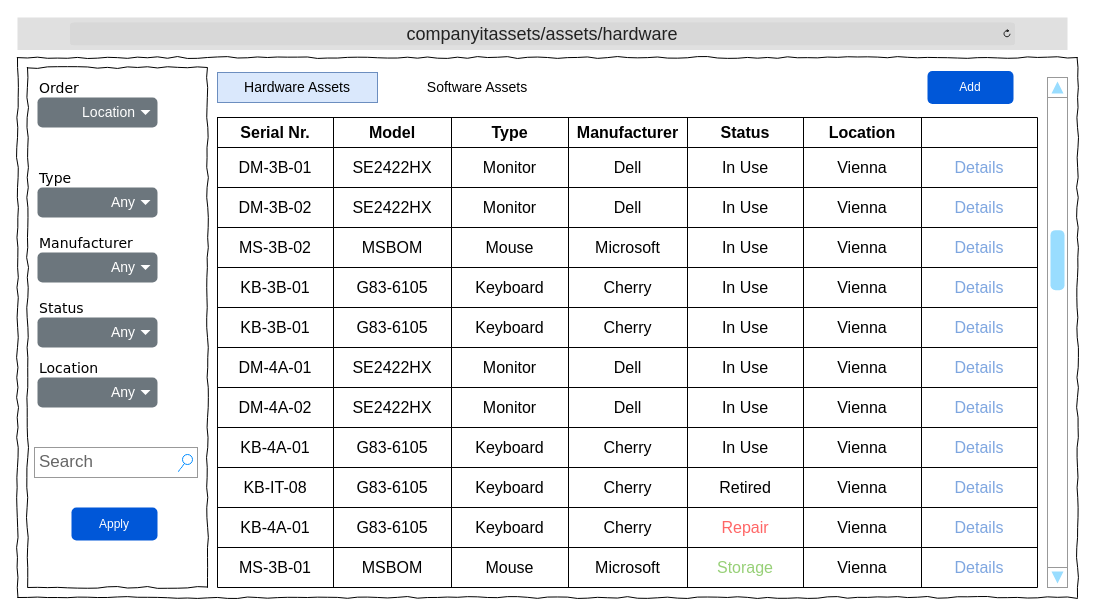
This is Wireframes/ITAT_HWAssets_Index.drawio from TRed91/ITAssetTracking, a draw.io file, before an edit. Source tidied: cells renumbered, new cells numbered last; positions are measured from the earlier drawing's top-left corner, leaving out a move shared by most shapes. Both pictures are drawn from the tidied source at 100%, with x=0, y=0 at pixel (17, 17).
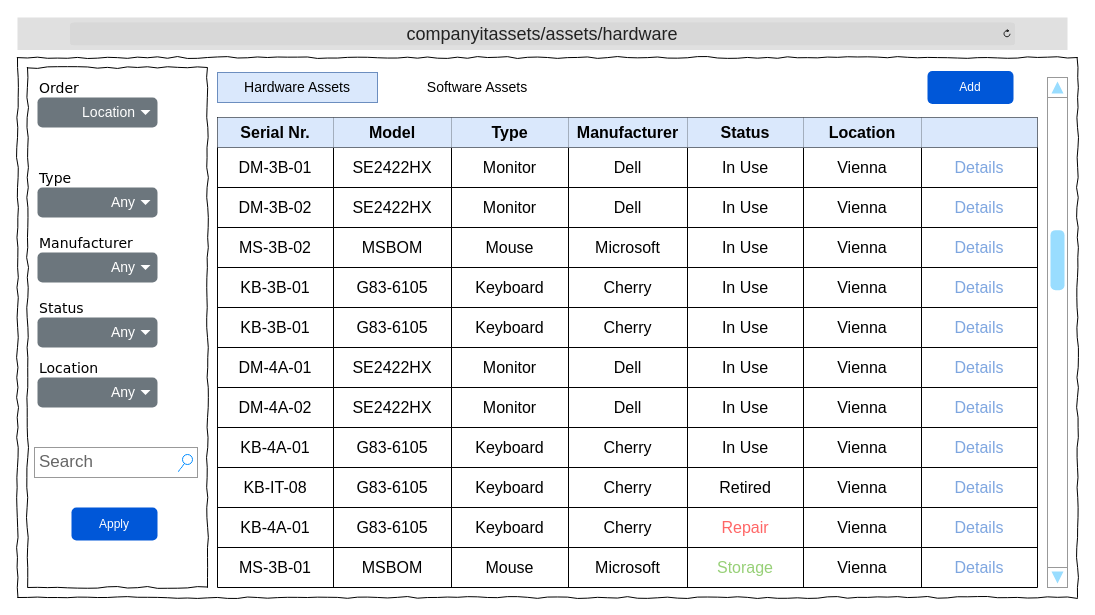
Above is the later version.

Unchanged cells that the change refers to:
```xml
<mxCell id="6" style="shape=tableRow;horizontal=0;startSize=0;swimlaneHead=0;swimlaneBody=0;strokeColor=inherit;top=0;left=0;bottom=0;right=0;fillColor=none;fontSize=16;" parent="5" vertex="1">
  <mxGeometry width="820" height="30" as="geometry" />
</mxCell>
```

What changed in the source:
```diff
@@
-    <mxCell id="7" value="&lt;b&gt;Serial Nr.&lt;/b&gt;" style="shape=partialRectangle;html=1;whiteSpace=wrap;strokeColor=inherit;overflow=hidden;fillColor=none;top=0;left=0;bottom=0;right=0;fontSize=16;" parent="6" vertex="1">
+    <mxCell id="7" value="&lt;b&gt;Serial Nr.&lt;/b&gt;" style="shape=partialRectangle;html=1;whiteSpace=wrap;strokeColor=#6c8ebf;overflow=hidden;fillColor=#dae8fc;top=0;left=0;bottom=0;right=0;fontSize=16;" parent="6" vertex="1">
       <mxGeometry width="116" height="30" as="geometry" />
     </mxCell>
-    <mxCell id="8" value="&lt;b&gt;Model&lt;/b&gt;" style="shape=partialRectangle;html=1;whiteSpace=wrap;strokeColor=inherit;overflow=hidden;fillColor=none;top=0;left=0;bottom=0;right=0;fontSize=16;" parent="6" vertex="1">
+    <mxCell id="8" value="&lt;b&gt;Model&lt;/b&gt;" style="shape=partialRectangle;html=1;whiteSpace=wrap;strokeColor=#6c8ebf;overflow=hidden;fillColor=#dae8fc;top=0;left=0;bottom=0;right=0;fontSize=16;" parent="6" vertex="1">
       <mxGeometry x="116" width="118" height="30" as="geometry" />
     </mxCell>
-    <mxCell id="9" value="&lt;b&gt;Type&lt;/b&gt;" style="shape=partialRectangle;html=1;whiteSpace=wrap;strokeColor=inherit;overflow=hidden;fillColor=none;top=0;left=0;bottom=0;right=0;fontSize=16;" parent="6" vertex="1">
+    <mxCell id="9" value="&lt;b&gt;Type&lt;/b&gt;" style="shape=partialRectangle;html=1;whiteSpace=wrap;strokeColor=#6c8ebf;overflow=hidden;fillColor=#dae8fc;top=0;left=0;bottom=0;right=0;fontSize=16;" parent="6" vertex="1">
       <mxGeometry x="234" width="117" height="30" as="geometry" />
     </mxCell>
-    <mxCell id="10" value="&lt;b&gt;Manufacturer&lt;/b&gt;" style="shape=partialRectangle;html=1;whiteSpace=wrap;strokeColor=inherit;overflow=hidden;fillColor=none;top=0;left=0;bottom=0;right=0;fontSize=16;" parent="6" vertex="1">
+    <mxCell id="10" value="&lt;b&gt;Manufacturer&lt;/b&gt;" style="shape=partialRectangle;html=1;whiteSpace=wrap;strokeColor=#6c8ebf;overflow=hidden;fillColor=#dae8fc;top=0;left=0;bottom=0;right=0;fontSize=16;" parent="6" vertex="1">
       <mxGeometry x="351" width="119" height="30" as="geometry" />
     </mxCell>
-    <mxCell id="11" value="&lt;b&gt;Status&lt;/b&gt;" style="shape=partialRectangle;html=1;whiteSpace=wrap;strokeColor=inherit;overflow=hidden;fillColor=none;top=0;left=0;bottom=0;right=0;fontSize=16;" parent="6" vertex="1">
+    <mxCell id="11" value="&lt;b&gt;Status&lt;/b&gt;" style="shape=partialRectangle;html=1;whiteSpace=wrap;strokeColor=#6c8ebf;overflow=hidden;fillColor=#dae8fc;top=0;left=0;bottom=0;right=0;fontSize=16;" parent="6" vertex="1">
       <mxGeometry x="470" width="116" height="30" as="geometry" />
     </mxCell>
-    <mxCell id="12" value="&lt;b&gt;Location&lt;/b&gt;" style="shape=partialRectangle;html=1;whiteSpace=wrap;strokeColor=inherit;overflow=hidden;fillColor=none;top=0;left=0;bottom=0;right=0;fontSize=16;" parent="6" vertex="1">
+    <mxCell id="12" value="&lt;b&gt;Location&lt;/b&gt;" style="shape=partialRectangle;html=1;whiteSpace=wrap;strokeColor=#6c8ebf;overflow=hidden;fillColor=#dae8fc;top=0;left=0;bottom=0;right=0;fontSize=16;" parent="6" vertex="1">
       <mxGeometry x="586" width="118" height="30" as="geometry" />
     </mxCell>
-    <mxCell id="13" style="shape=partialRectangle;html=1;whiteSpace=wrap;strokeColor=inherit;overflow=hidden;fillColor=none;top=0;left=0;bottom=0;right=0;fontSize=16;" parent="6" vertex="1">
+    <mxCell id="13" style="shape=partialRectangle;html=1;whiteSpace=wrap;strokeColor=#6c8ebf;overflow=hidden;fillColor=#dae8fc;top=0;left=0;bottom=0;right=0;fontSize=16;" parent="6" vertex="1">
       <mxGeometry x="704" width="116" height="30" as="geometry" />
     </mxCell>
```
